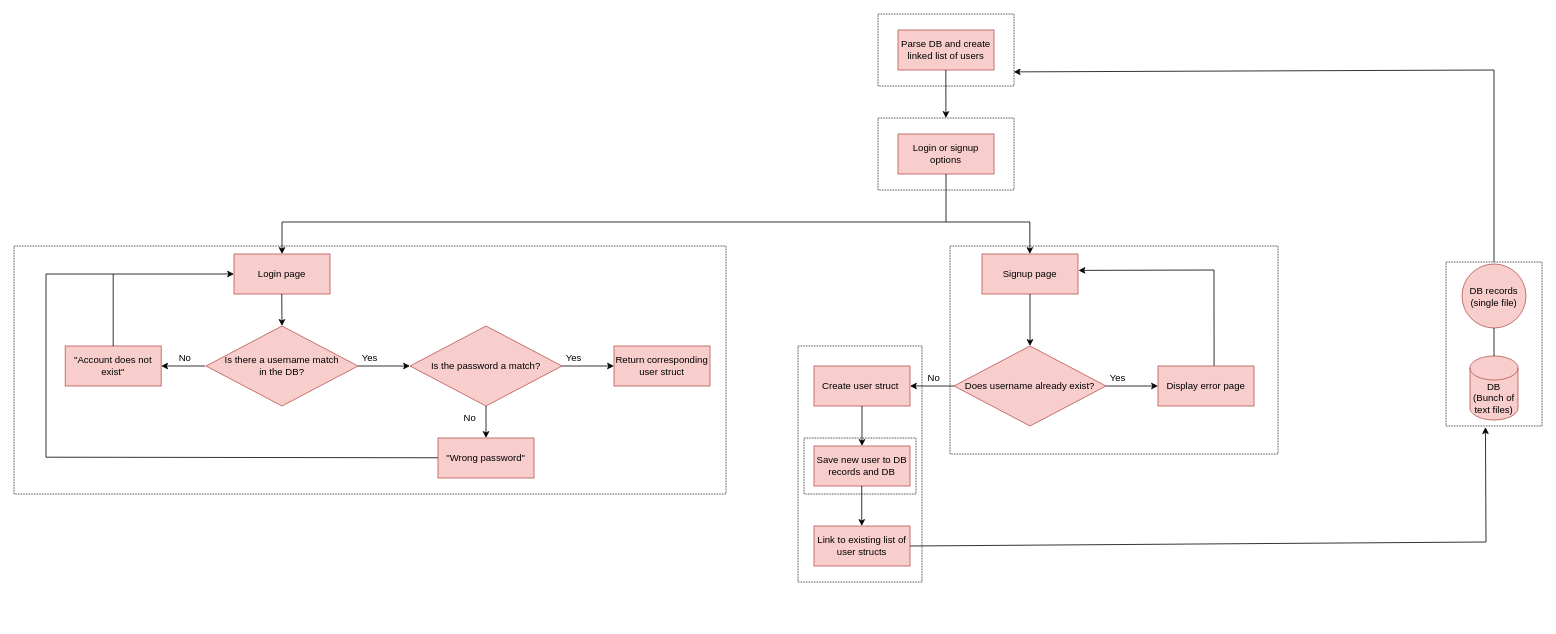
Before: Login Sys.drawio in kalidrio/RecoMeal, a draw.io diagram. Source tidied: cells renumbered, new cells numbered last; positions are measured from the earlier drawing's top-left corner, leaving out a move shared by most shapes. Both pictures are drawn from the tidied source at 80%, with x=0, y=0 at pixel (14, 14).
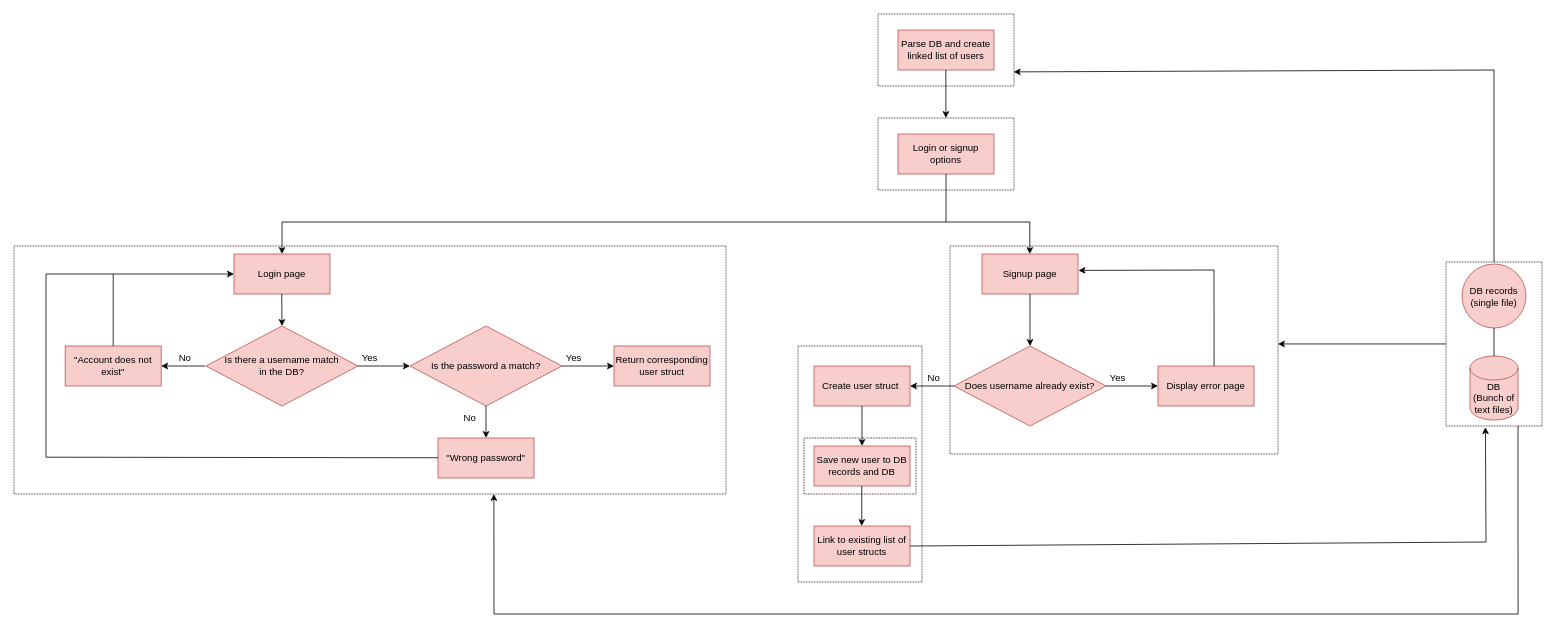
The same page after the edit.

Commit message:
changes to login sys flowchart

The change refers to these unchanged cells:
```xml
<mxCell id="25" style="rounded=0;whiteSpace=wrap;html=1;dashed=1;dashPattern=1 1;fillColor=none;" parent="1" vertex="1">
  <mxGeometry x="1790" y="310" width="120" height="205" as="geometry" />
</mxCell>
<mxCell id="38" style="rounded=0;whiteSpace=wrap;html=1;dashed=1;dashPattern=1 1;fillColor=none;fontStyle=1;" parent="1" vertex="1">
  <mxGeometry x="1170" y="290" width="410" height="260" as="geometry" />
</mxCell>
<mxCell id="57" style="rounded=0;whiteSpace=wrap;html=1;dashed=1;dashPattern=1 1;fillColor=none;fontStyle=1;" parent="1" vertex="1">
  <mxGeometry y="290" width="890" height="310" as="geometry" />
</mxCell>
```

Change to the diagram source:
```diff
@@
+    <mxCell id="58" style="edgeStyle=orthogonalEdgeStyle;rounded=0;jettySize=auto;html=1;entryX=1;entryY=0.471;entryDx=0;entryDy=0;entryPerimeter=0;" parent="1" edge="1" source="25" target="38">
+      <mxGeometry relative="1" as="geometry" />
+    </mxCell>
+    <mxCell id="59" style="edgeStyle=orthogonalEdgeStyle;rounded=0;jettySize=auto;html=1;exitX=0.75;exitY=1;exitDx=0;exitDy=0;endArrow=none;endFill=0;" parent="1" edge="1" source="25">
+      <mxGeometry relative="1" as="geometry">
+        <mxPoint x="1880.1" y="750" as="targetPoint" />
+      </mxGeometry>
+    </mxCell>
@@
+    <mxCell id="60" style="edgeStyle=orthogonalEdgeStyle;rounded=0;orthogonalLoop=1;jettySize=auto;html=1;endArrow=none;endFill=0;" parent="1" edge="1">
+      <mxGeometry relative="1" as="geometry">
+        <mxPoint x="600" y="750" as="sourcePoint" />
+        <mxPoint x="1880" y="750" as="targetPoint" />
+      </mxGeometry>
+    </mxCell>
+    <mxCell id="61" style="endArrow=classic;html=1;rounded=0;entryX=0.674;entryY=1;entryDx=0;entryDy=0;entryPerimeter=0;" parent="1" edge="1" target="57">
+      <mxGeometry relative="1" as="geometry">
+        <mxPoint x="600" y="750" as="sourcePoint" />
+      </mxGeometry>
+    </mxCell>
```
